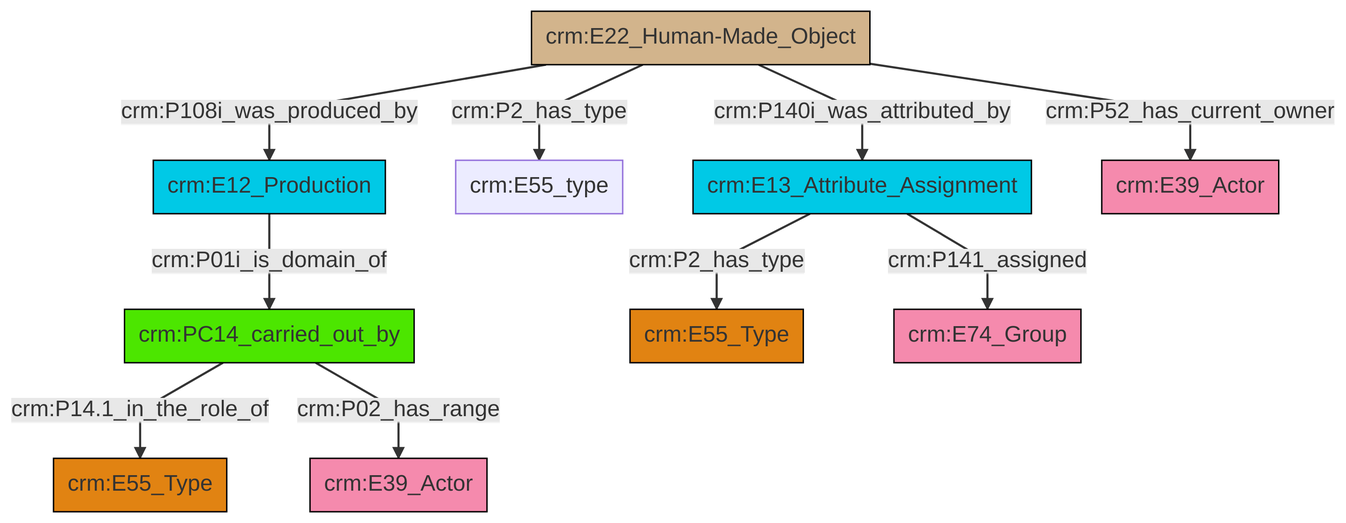
This is et/builtWorkCSV/ttl/mmd/png/Built_Work_actor_relations.png from swiss-art-research-net/reference-data-models, a Mermaid export, as it was before one commit. Its source is kept beside it as et/builtWorkCSV/ttl/mmd/Built_Work_actor_relations.ttl.mmd.
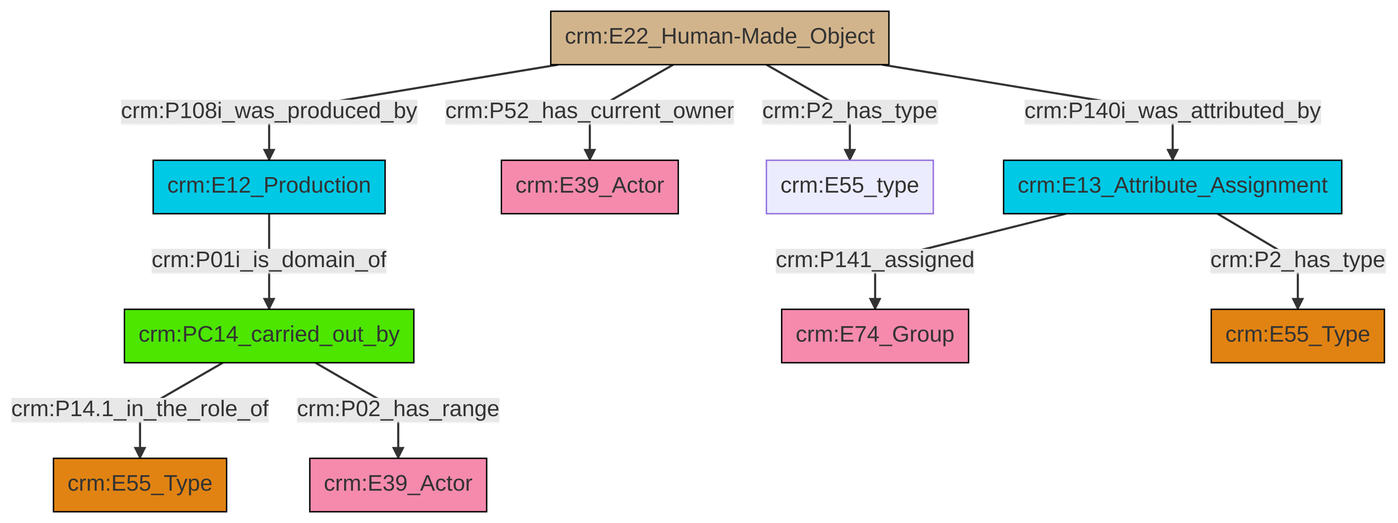
The same diagram one commit later.

Change to the diagram source:
```diff
@@ -13,12 +13,12 @@
 classDef PC_Classes fill:#4ce600, stroke:#000000;
 classDef Multi fill:#cccccc,stroke:#000000;
 
-2["crm:E22_Human-Made_Object"]:::Physical_Thing -->|crm:P108i_was_produced_by| 0["crm:E12_Production"]:::Temporal_Entity
-7["crm:E13_Attribute_Assignment"]:::Temporal_Entity -->|crm:P2_has_type| 8["crm:E55_Type"]:::Type
-2["crm:E22_Human-Made_Object"]:::Physical_Thing -->|crm:P2_has_type| 10["crm:E55_type"]:::Default
-13["crm:PC14_carried_out_by"]:::PC_Classes -->|crm:P14.1_in_the_role_of| 5["crm:E55_Type"]:::Type
-2["crm:E22_Human-Made_Object"]:::Physical_Thing -->|crm:P140i_was_attributed_by| 7["crm:E13_Attribute_Assignment"]:::Temporal_Entity
-7["crm:E13_Attribute_Assignment"]:::Temporal_Entity -->|crm:P141_assigned| 14["crm:E74_Group"]:::Actor
-0["crm:E12_Production"]:::Temporal_Entity -->|crm:P01i_is_domain_of| 13["crm:PC14_carried_out_by"]:::PC_Classes
-2["crm:E22_Human-Made_Object"]:::Physical_Thing -->|crm:P52_has_current_owner| 16["crm:E39_Actor"]:::Actor
-13["crm:PC14_carried_out_by"]:::PC_Classes -->|crm:P02_has_range| 3["crm:E39_Actor"]:::Actor
+0["crm:PC14_carried_out_by"]:::PC_Classes -->|crm:P14.1_in_the_role_of| 1["crm:E55_Type"]:::Type
+12["crm:E13_Attribute_Assignment"]:::Temporal_Entity -->|crm:P2_has_type| 10["crm:E55_Type"]:::Type
+14["crm:E22_Human-Made_Object"]:::Physical_Thing -->|crm:P140i_was_attributed_by| 12["crm:E13_Attribute_Assignment"]:::Temporal_Entity
+14["crm:E22_Human-Made_Object"]:::Physical_Thing -->|crm:P2_has_type| 8["crm:E55_type"]:::Default
+0["crm:PC14_carried_out_by"]:::PC_Classes -->|crm:P02_has_range| 16["crm:E39_Actor"]:::Actor
+12["crm:E13_Attribute_Assignment"]:::Temporal_Entity -->|crm:P141_assigned| 2["crm:E74_Group"]:::Actor
+14["crm:E22_Human-Made_Object"]:::Physical_Thing -->|crm:P108i_was_produced_by| 4["crm:E12_Production"]:::Temporal_Entity
+4["crm:E12_Production"]:::Temporal_Entity -->|crm:P01i_is_domain_of| 0["crm:PC14_carried_out_by"]:::PC_Classes
+14["crm:E22_Human-Made_Object"]:::Physical_Thing -->|crm:P52_has_current_owner| 6["crm:E39_Actor"]:::Actor
```
